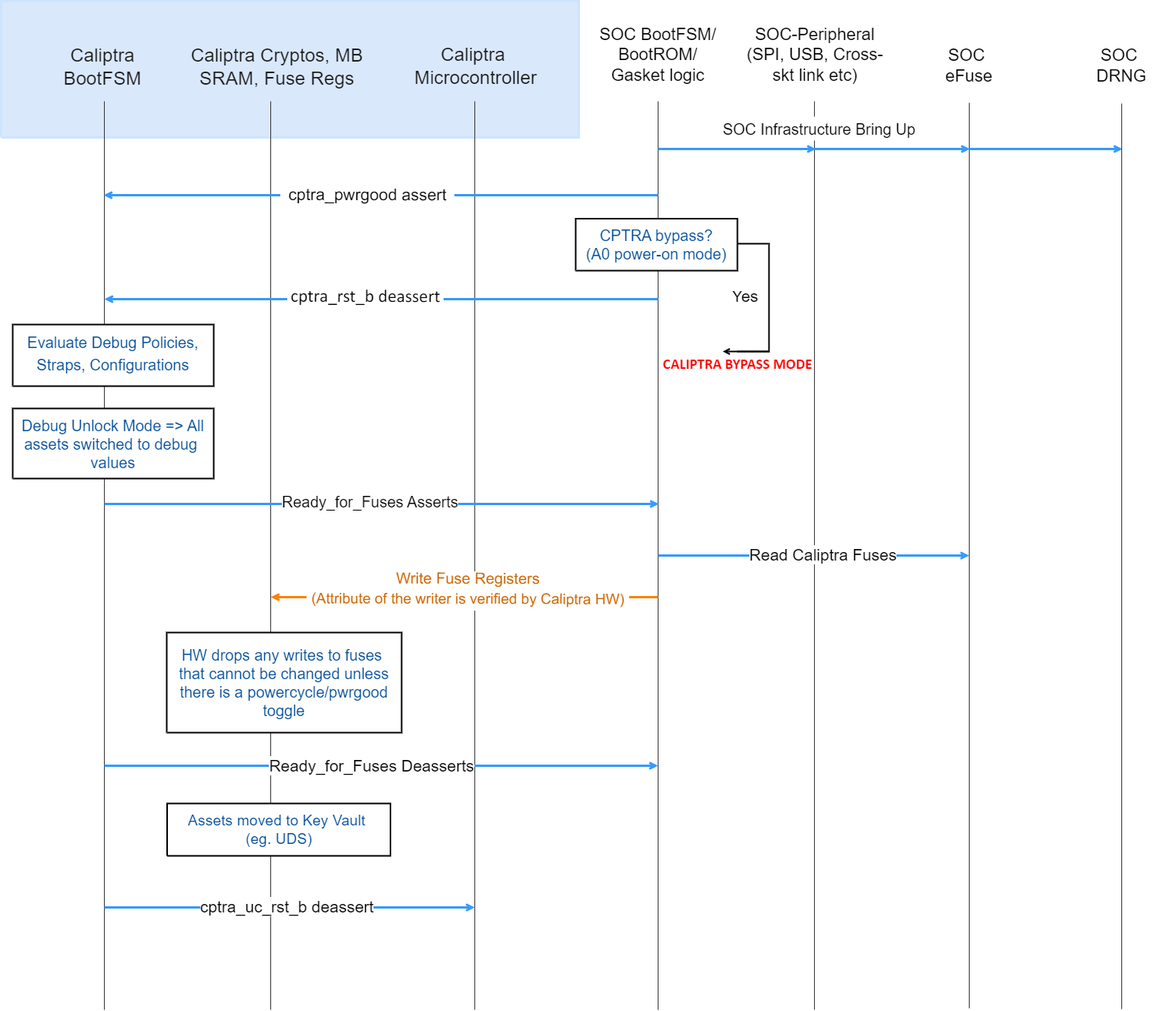
chipsalliance/Caliptra keeps this draw.io diagram as doc/images/Caliptra_boot_flow2.png. Above is the earlier version. Source tidied: cells renumbered, new cells last; positions are measured from the earlier drawing's top-left corner, leaving out a move shared by most shapes.
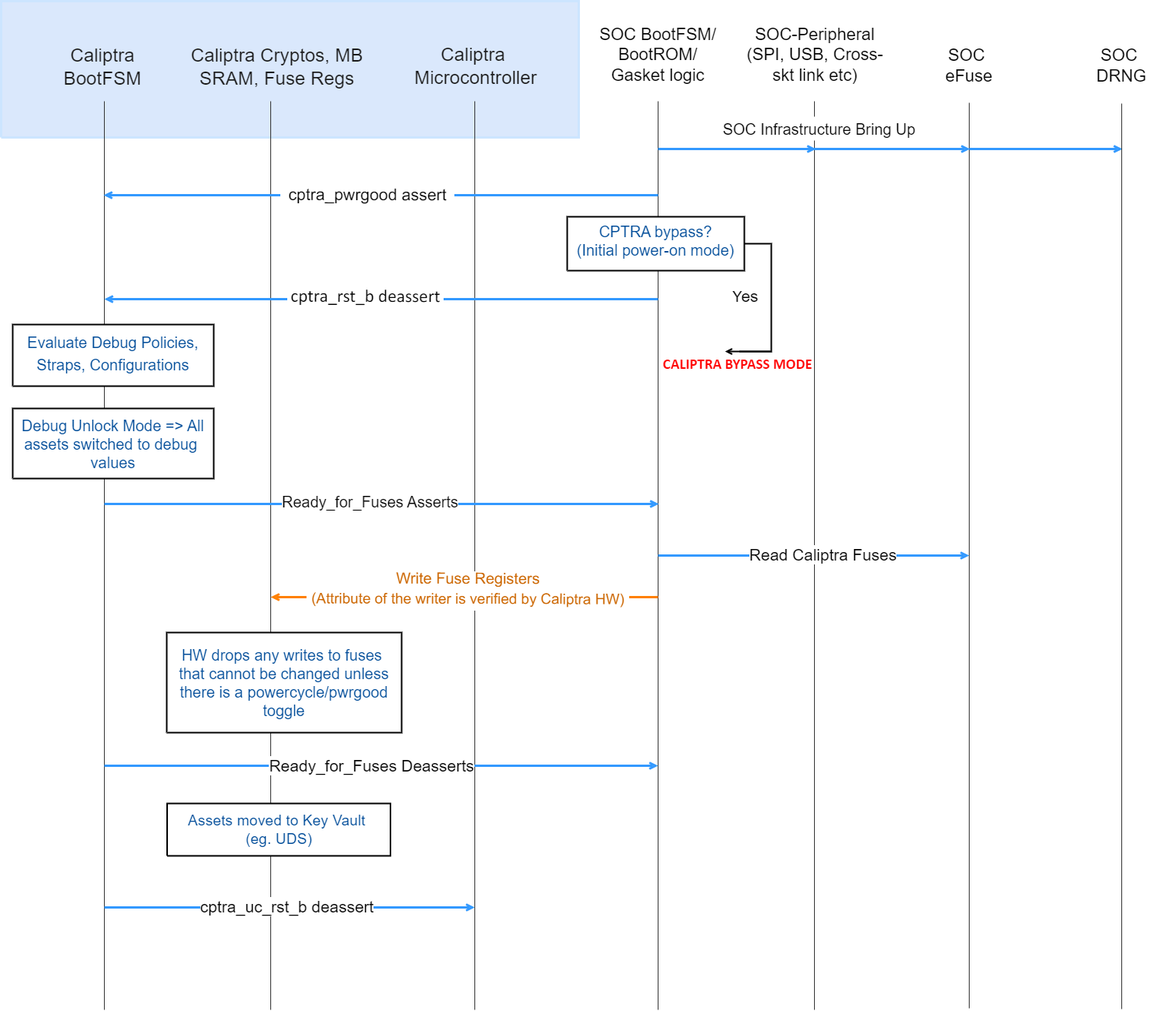
The same file after the commit.

Change to the diagram source:
```diff
@@ -164,48 +164,48 @@
     <mxCell id="36" value="&lt;div style=&quot;font-size: 1px&quot;&gt;&lt;font style=&quot;font-size: 21.34px; font-family: Helvetica; direction: ltr; letter-spacing: 0px; line-height: 120%; opacity: 1;&quot;&gt;&lt;span&gt;cptra_pwrgood assert&lt;/span&gt;&lt;/font&gt;&lt;font style=&quot;font-size: 11.64px; font-family: Helvetica; direction: ltr; letter-spacing: 0px; line-height: 120%; opacity: 1;&quot;&gt;&lt;br&gt;&lt;/font&gt;&lt;font style=&quot;font-size: 11.64px; font-family: Helvetica; direction: ltr; letter-spacing: 0px; line-height: 120%; opacity: 1;&quot;&gt;&lt;br&gt;&lt;/font&gt;&lt;/div&gt;" style="text;vsdxID=26;fillColor=none;gradientColor=none;strokeColor=none;strokeWidth=2;spacingTop=-3;spacingBottom=-3;spacingLeft=-3;spacingRight=-3;labelBackgroundColor=#ffffff;rounded=0;html=1;whiteSpace=wrap;verticalAlign=middle;align=center;overflow=width;rotation=0.18;html=1;fontStyle=0;fontColor=#000000;" parent="2" vertex="1">
       <mxGeometry x="362.6" y="239" width="225.8" height="30" as="geometry" />
     </mxCell>
-    <mxCell id="37" value="&lt;div style=&quot;font-size: 1px&quot;&gt;&lt;font style=&quot;font-size: 20px; direction: ltr; letter-spacing: 0px; line-height: 120%; opacity: 1;&quot;&gt;&lt;font color=&quot;#004c99&quot; style=&quot;font-size: 20px;&quot;&gt;CPTRA bypass?&lt;br&gt;(A0 power-on mode)&lt;/font&gt;&lt;br&gt;&lt;/font&gt;&lt;/div&gt;" style="verticalAlign=middle;align=center;overflow=width;vsdxID=1058;shape=(stored shape, 160 characters);labelBackgroundColor=none;rounded=0;html=1;whiteSpace=wrap;strokeWidth=2;strokeColor=#000000;fontColor=#000000;" parent="2" vertex="1">
-      <mxGeometry x="746" y="282.4" width="210" height="67.6" as="geometry" />
+    <mxCell id="37" value="&lt;div style=&quot;&quot;&gt;&lt;font style=&quot;direction: ltr; letter-spacing: 0px; line-height: 120%; opacity: 1;&quot;&gt;&lt;font style=&quot;font-size: 21px;&quot;&gt;Yes&lt;/font&gt;&lt;br&gt;&lt;/font&gt;&lt;/div&gt;" style="verticalAlign=middle;align=center;overflow=width;vsdxID=1061;fillColor=none;gradientColor=none;shape=(stored shape, 160 characters);strokeColor=none;labelBackgroundColor=none;rounded=0;html=1;whiteSpace=wrap;fontStyle=0;fontColor=#000000;" parent="2" vertex="1">
+      <mxGeometry x="915" y="370.8" width="103.4" height="28" as="geometry" />
     </mxCell>
-    <mxCell id="38" value="&lt;div style=&quot;&quot;&gt;&lt;font style=&quot;direction: ltr; letter-spacing: 0px; line-height: 120%; opacity: 1;&quot;&gt;&lt;font style=&quot;font-size: 21px;&quot;&gt;Yes&lt;/font&gt;&lt;br&gt;&lt;/font&gt;&lt;/div&gt;" style="verticalAlign=middle;align=center;overflow=width;vsdxID=1061;fillColor=none;gradientColor=none;shape=(stored shape, 160 characters);strokeColor=none;labelBackgroundColor=none;rounded=0;html=1;whiteSpace=wrap;fontStyle=0;fontColor=#000000;" parent="2" vertex="1">
-      <mxGeometry x="915" y="370.8" width="103.4" height="28" as="geometry" />
+    <mxCell id="38" value="&lt;div style=&quot;font-size: 19px;&quot;&gt;&lt;font style=&quot;font-size: 19px; font-family: Calibri; color: rgb(255, 0, 0); direction: ltr; letter-spacing: 0px; line-height: 120%; opacity: 1;&quot;&gt;&lt;b style=&quot;font-size: 19px;&quot;&gt;CALIPTRA BYPASS MODE&lt;br style=&quot;font-size: 19px;&quot;&gt;&lt;/b&gt;&lt;/font&gt;&lt;/div&gt;" style="verticalAlign=middle;align=center;overflow=width;vsdxID=1091;fillColor=none;gradientColor=none;shape=(stored shape, 160 characters);strokeColor=none;labelBackgroundColor=none;rounded=0;html=1;whiteSpace=wrap;fontSize=19;" parent="2" vertex="1">
+      <mxGeometry x="845" y="460" width="223" height="24" as="geometry" />
     </mxCell>
-    <mxCell id="39" value="&lt;div style=&quot;font-size: 19px;&quot;&gt;&lt;font style=&quot;font-size: 19px; font-family: Calibri; color: rgb(255, 0, 0); direction: ltr; letter-spacing: 0px; line-height: 120%; opacity: 1;&quot;&gt;&lt;b style=&quot;font-size: 19px;&quot;&gt;CALIPTRA BYPASS MODE&lt;br style=&quot;font-size: 19px;&quot;&gt;&lt;/b&gt;&lt;/font&gt;&lt;/div&gt;" style="verticalAlign=middle;align=center;overflow=width;vsdxID=1091;fillColor=none;gradientColor=none;shape=(stored shape, 160 characters);strokeColor=none;labelBackgroundColor=none;rounded=0;html=1;whiteSpace=wrap;fontSize=19;" parent="2" vertex="1">
-      <mxGeometry x="845" y="460" width="223" height="24" as="geometry" />
+    <mxCell id="39" value="&lt;div style=&quot;line-height: 120%; font-size: 20px;&quot;&gt;&lt;font style=&quot;font-family: Helvetica; direction: ltr; letter-spacing: 0px; line-height: 120%; opacity: 1; font-size: 20px;&quot;&gt;&lt;font color=&quot;#004c99&quot; style=&quot;font-size: 20px;&quot;&gt;HW drops any writes to fuses&amp;nbsp;&lt;/font&gt;&lt;/font&gt;&lt;/div&gt;&lt;div style=&quot;line-height: 120%; font-size: 20px;&quot;&gt;&lt;font style=&quot;font-family: Helvetica; direction: ltr; letter-spacing: 0px; line-height: 120%; opacity: 1; font-size: 20px;&quot;&gt;&lt;font color=&quot;#004c99&quot; style=&quot;font-size: 20px;&quot;&gt;that cannot be changed unless there&amp;nbsp;&lt;/font&gt;&lt;/font&gt;&lt;font style=&quot;color: rgb(0, 76, 153); background-color: initial; direction: ltr; letter-spacing: 0px; line-height: 120%; opacity: 1;&quot;&gt;is&amp;nbsp;&lt;/font&gt;&lt;span style=&quot;color: rgb(0, 76, 153); background-color: initial; letter-spacing: 0px;&quot;&gt;a powercycle/pwrgood toggle&lt;/span&gt;&lt;/div&gt;" style="verticalAlign=middle;align=center;overflow=width;vsdxID=51;shape=(stored shape, 160 characters);strokeWidth=2;spacingTop=-3;spacingBottom=-3;spacingLeft=-3;spacingRight=-3;labelBackgroundColor=none;rounded=0;html=1;whiteSpace=wrap;strokeColor=#000000;perimeterSpacing=0;" parent="2" vertex="1">
+      <mxGeometry x="215" y="820" width="305" height="130" as="geometry" />
     </mxCell>
-    <mxCell id="40" value="&lt;div style=&quot;line-height: 120%; font-size: 20px;&quot;&gt;&lt;font style=&quot;font-family: Helvetica; direction: ltr; letter-spacing: 0px; line-height: 120%; opacity: 1; font-size: 20px;&quot;&gt;&lt;font color=&quot;#004c99&quot; style=&quot;font-size: 20px;&quot;&gt;HW drops any writes to fuses&amp;nbsp;&lt;/font&gt;&lt;/font&gt;&lt;/div&gt;&lt;div style=&quot;line-height: 120%; font-size: 20px;&quot;&gt;&lt;font style=&quot;font-family: Helvetica; direction: ltr; letter-spacing: 0px; line-height: 120%; opacity: 1; font-size: 20px;&quot;&gt;&lt;font color=&quot;#004c99&quot; style=&quot;font-size: 20px;&quot;&gt;that cannot be changed unless there&amp;nbsp;&lt;/font&gt;&lt;/font&gt;&lt;font style=&quot;color: rgb(0, 76, 153); background-color: initial; direction: ltr; letter-spacing: 0px; line-height: 120%; opacity: 1;&quot;&gt;is&amp;nbsp;&lt;/font&gt;&lt;span style=&quot;color: rgb(0, 76, 153); background-color: initial; letter-spacing: 0px;&quot;&gt;a powercycle/pwrgood toggle&lt;/span&gt;&lt;/div&gt;" style="verticalAlign=middle;align=center;overflow=width;vsdxID=51;shape=(stored shape, 160 characters);strokeWidth=2;spacingTop=-3;spacingBottom=-3;spacingLeft=-3;spacingRight=-3;labelBackgroundColor=none;rounded=0;html=1;whiteSpace=wrap;strokeColor=#000000;perimeterSpacing=0;" parent="2" vertex="1">
-      <mxGeometry x="215" y="820" width="305" height="130" as="geometry" />
+    <mxCell id="40" value="&lt;div style=&quot;line-height: 120%; font-size: 20px;&quot;&gt;&lt;font style=&quot;font-family: Helvetica; direction: ltr; letter-spacing: 0px; line-height: 120%; opacity: 1; font-size: 20px;&quot;&gt;&lt;font color=&quot;#004c99&quot; style=&quot;font-size: 20px;&quot;&gt;Debug Unlock Mode =&amp;gt; All assets switched to debug&amp;nbsp;&lt;/font&gt;&lt;/font&gt;&lt;/div&gt;&lt;div style=&quot;line-height: 120%; font-size: 20px;&quot;&gt;&lt;font style=&quot;font-family: Helvetica; direction: ltr; letter-spacing: 0px; line-height: 120%; opacity: 1; font-size: 20px;&quot;&gt;&lt;font color=&quot;#004c99&quot; style=&quot;font-size: 20px;&quot;&gt;values&lt;/font&gt;&lt;/font&gt;&lt;/div&gt;" style="verticalAlign=middle;align=center;overflow=width;vsdxID=43;shape=(stored shape, 160 characters);strokeWidth=2;spacingTop=-3;spacingBottom=-3;spacingLeft=-3;spacingRight=-3;labelBackgroundColor=none;rounded=0;html=1;whiteSpace=wrap;strokeColor=#000000;" parent="2" vertex="1">
+      <mxGeometry x="15" y="529" width="261" height="91" as="geometry" />
     </mxCell>
-    <mxCell id="41" value="&lt;div style=&quot;line-height: 120%; font-size: 20px;&quot;&gt;&lt;font style=&quot;font-family: Helvetica; direction: ltr; letter-spacing: 0px; line-height: 120%; opacity: 1; font-size: 20px;&quot;&gt;&lt;font color=&quot;#004c99&quot; style=&quot;font-size: 20px;&quot;&gt;Debug Unlock Mode =&amp;gt; All assets switched to debug&amp;nbsp;&lt;/font&gt;&lt;/font&gt;&lt;/div&gt;&lt;div style=&quot;line-height: 120%; font-size: 20px;&quot;&gt;&lt;font style=&quot;font-family: Helvetica; direction: ltr; letter-spacing: 0px; line-height: 120%; opacity: 1; font-size: 20px;&quot;&gt;&lt;font color=&quot;#004c99&quot; style=&quot;font-size: 20px;&quot;&gt;values&lt;/font&gt;&lt;/font&gt;&lt;/div&gt;" style="verticalAlign=middle;align=center;overflow=width;vsdxID=43;shape=(stored shape, 160 characters);strokeWidth=2;spacingTop=-3;spacingBottom=-3;spacingLeft=-3;spacingRight=-3;labelBackgroundColor=none;rounded=0;html=1;whiteSpace=wrap;strokeColor=#000000;" parent="2" vertex="1">
-      <mxGeometry x="15" y="529" width="261" height="91" as="geometry" />
+    <mxCell id="41" value="&lt;div style=&quot;line-height: 210%;&quot;&gt;&lt;font style=&quot;direction: ltr; letter-spacing: 0px; line-height: 120%; opacity: 1;&quot;&gt;&lt;font color=&quot;#cc6600&quot;&gt;&lt;font style=&quot;font-size: 20px;&quot;&gt;Write Fuse Registers&lt;/font&gt;&lt;br style=&quot;border-color: var(--border-color);&quot;&gt;&lt;font style=&quot;font-size: 19px;&quot;&gt;(Attribute of the writer is verified by Caliptra HW)&lt;/font&gt;&lt;/font&gt;&lt;br&gt;&lt;/font&gt;&lt;/div&gt;" style="text;vsdxID=21;fillColor=none;gradientColor=none;strokeColor=none;spacingTop=-3;spacingBottom=-3;spacingLeft=-3;spacingRight=-3;labelBackgroundColor=#ffffff;rounded=0;html=1;whiteSpace=wrap;verticalAlign=middle;align=center;overflow=width;rotation=0.18;html=1;" parent="2" vertex="1">
+      <mxGeometry x="397" y="734" width="419" height="64" as="geometry" />
     </mxCell>
-    <mxCell id="42" value="&lt;div style=&quot;line-height: 210%;&quot;&gt;&lt;font style=&quot;direction: ltr; letter-spacing: 0px; line-height: 120%; opacity: 1;&quot;&gt;&lt;font color=&quot;#cc6600&quot;&gt;&lt;font style=&quot;font-size: 20px;&quot;&gt;Write Fuse Registers&lt;/font&gt;&lt;br style=&quot;border-color: var(--border-color);&quot;&gt;&lt;font style=&quot;font-size: 19px;&quot;&gt;(Attribute of the writer is verified by Caliptra HW)&lt;/font&gt;&lt;/font&gt;&lt;br&gt;&lt;/font&gt;&lt;/div&gt;" style="text;vsdxID=21;fillColor=none;gradientColor=none;strokeColor=none;spacingTop=-3;spacingBottom=-3;spacingLeft=-3;spacingRight=-3;labelBackgroundColor=#ffffff;rounded=0;html=1;whiteSpace=wrap;verticalAlign=middle;align=center;overflow=width;rotation=0.18;html=1;" parent="2" vertex="1">
-      <mxGeometry x="397" y="734" width="419" height="64" as="geometry" />
+    <mxCell id="42" style="group;" parent="2" vertex="1">
+      <mxGeometry x="940" y="315" width="60" height="140" as="geometry" />
     </mxCell>
-    <mxCell id="43" style="group;" parent="2" vertex="1">
-      <mxGeometry x="937" y="315" width="60" height="140" as="geometry" />
+    <mxCell id="43" style="vsdxID=1060;fillColor=#ffffff;gradientColor=none;shape=(stored shape, 152 characters);strokeColor=#000000;strokeWidth=2;labelBackgroundColor=#ffffff;rounded=0;html=1;whiteSpace=wrap;direction=east;" parent="42" vertex="1">
+      <mxGeometry x="18.6" width="41.4" height="140" as="geometry" />
     </mxCell>
-    <mxCell id="44" style="vsdxID=1060;fillColor=#ffffff;gradientColor=none;shape=(stored shape, 152 characters);strokeColor=#000000;strokeWidth=2;labelBackgroundColor=#ffffff;rounded=0;html=1;whiteSpace=wrap;direction=east;" parent="43" vertex="1">
-      <mxGeometry x="18.6" width="41.4" height="140" as="geometry" />
+    <mxCell id="44" value="&lt;div style=&quot;&quot;&gt;&lt;font style=&quot;font-size: 0.97px; font-family: Helvetica; color: rgb(0, 0, 0); direction: ltr; letter-spacing: 0px; line-height: 120%; opacity: 1;&quot;&gt;&lt;br&gt;&lt;/font&gt;&lt;/div&gt;" style="vsdxID=30;edgeStyle=none;startArrow=none;endArrow=open;startSize=5;endSize=5;strokeWidth=2;strokeColor=#000000;spacingTop=0;spacingBottom=0;spacingLeft=0;spacingRight=0;verticalAlign=middle;html=1;labelBackgroundColor=#ffffff;rounded=0;align=center;" parent="42" edge="1">
+      <mxGeometry x="-0.02" y="20" relative="1" as="geometry">
+        <mxPoint x="60" y="140" as="sourcePoint" />
+        <mxPoint y="140" as="targetPoint" />
+      </mxGeometry>
     </mxCell>
-    <mxCell id="45" value="&lt;div style=&quot;&quot;&gt;&lt;font style=&quot;font-size: 0.97px; font-family: Helvetica; color: rgb(0, 0, 0); direction: ltr; letter-spacing: 0px; line-height: 120%; opacity: 1;&quot;&gt;&lt;br&gt;&lt;/font&gt;&lt;/div&gt;" style="vsdxID=30;edgeStyle=none;startArrow=none;endArrow=open;startSize=5;endSize=5;strokeWidth=2;strokeColor=#000000;spacingTop=0;spacingBottom=0;spacingLeft=0;spacingRight=0;verticalAlign=middle;html=1;labelBackgroundColor=#ffffff;rounded=0;align=center;" parent="43" edge="1">
-      <mxGeometry x="-0.02" y="20" relative="1" as="geometry">
-        <mxPoint x="60" y="140" as="sourcePoint" />
-        <mxPoint y="140" as="targetPoint" />
+    <mxCell id="45" style="vsdxID=7;edgeStyle=none;startArrow=none;endArrow=none;startSize=5;endSize=5;strokeWidth=1;strokeColor=#333333;spacingTop=0;spacingBottom=0;spacingLeft=0;spacingRight=0;verticalAlign=middle;html=1;labelBackgroundColor=#ffffff;rounded=0;" parent="2" edge="1">
+      <mxGeometry relative="1" as="geometry">
+        <mxPoint x="1455" y="133" as="sourcePoint" />
+        <mxPoint x="1455" y="1309" as="targetPoint" />
+        <mxPoint y="688" as="offset" />
       </mxGeometry>
     </mxCell>
-    <mxCell id="46" style="vsdxID=7;edgeStyle=none;startArrow=none;endArrow=none;startSize=5;endSize=5;strokeWidth=1;strokeColor=#333333;spacingTop=0;spacingBottom=0;spacingLeft=0;spacingRight=0;verticalAlign=middle;html=1;labelBackgroundColor=#ffffff;rounded=0;" parent="2" edge="1">
-      <mxGeometry relative="1" as="geometry">
-        <mxPoint x="1455" y="133" as="sourcePoint" />
-        <mxPoint x="1455" y="1309" as="targetPoint" />
-        <mxPoint y="688" as="offset" />
+    <mxCell id="46" value="&lt;div style=&quot;&quot;&gt;&lt;font style=&quot;direction: ltr; letter-spacing: 0px; line-height: 120%; opacity: 1; font-size: 21px;&quot;&gt;Ready_for_Fuses Deasserts&lt;/font&gt;&lt;font style=&quot;font-size: 10.67px; font-family: Helvetica; color: rgb(0, 0, 0); direction: ltr; letter-spacing: 0px; line-height: 120%; opacity: 1;&quot;&gt;&lt;br&gt;&lt;/font&gt;&lt;/div&gt;" style="vsdxID=31;edgeStyle=none;startArrow=none;endArrow=open;startSize=5;endSize=5;strokeWidth=3;strokeColor=#3399FF;spacingTop=0;spacingBottom=0;spacingLeft=0;spacingRight=0;verticalAlign=middle;html=1;labelBackgroundColor=#ffffff;rounded=0;align=center;fontStyle=0;" parent="2" edge="1">
+      <mxGeometry x="-0.03" relative="1" as="geometry">
+        <mxPoint x="134" y="993" as="sourcePoint" />
+        <mxPoint x="853" y="993" as="targetPoint" />
       </mxGeometry>
     </mxCell>
-    <mxCell id="47" value="&lt;div style=&quot;&quot;&gt;&lt;font style=&quot;direction: ltr; letter-spacing: 0px; line-height: 120%; opacity: 1; font-size: 21px;&quot;&gt;Ready_for_Fuses Deasserts&lt;/font&gt;&lt;font style=&quot;font-size: 10.67px; font-family: Helvetica; color: rgb(0, 0, 0); direction: ltr; letter-spacing: 0px; line-height: 120%; opacity: 1;&quot;&gt;&lt;br&gt;&lt;/font&gt;&lt;/div&gt;" style="vsdxID=31;edgeStyle=none;startArrow=none;endArrow=open;startSize=5;endSize=5;strokeWidth=3;strokeColor=#3399FF;spacingTop=0;spacingBottom=0;spacingLeft=0;spacingRight=0;verticalAlign=middle;html=1;labelBackgroundColor=#ffffff;rounded=0;align=center;fontStyle=0;" parent="2" edge="1">
-      <mxGeometry x="-0.03" relative="1" as="geometry">
-        <mxPoint x="134" y="993" as="sourcePoint" />
-        <mxPoint x="853" y="993" as="targetPoint" />
-      </mxGeometry>
+    <mxCell id="47" value="&lt;div style=&quot;line-height: 192%;&quot;&gt;&lt;font style=&quot;direction: ltr; letter-spacing: 0px; line-height: 120%; opacity: 1;&quot;&gt;&lt;font color=&quot;#004c99&quot; style=&quot;font-size: 20px;&quot;&gt;CPTRA bypass?&lt;br&gt;(&lt;/font&gt;&lt;span style=&quot;text-align: left; background-color: rgb(255, 255, 255);&quot;&gt;&lt;font style=&quot;font-size: 20px;&quot; color=&quot;#004c99&quot;&gt;Initial power-on mode&lt;/font&gt;&lt;/span&gt;&lt;font color=&quot;#004c99&quot; style=&quot;font-size: 20px;&quot;&gt;)&lt;/font&gt;&lt;br&gt;&lt;/font&gt;&lt;/div&gt;" style="verticalAlign=middle;align=center;overflow=width;vsdxID=1058;shape=(stored shape, 160 characters);labelBackgroundColor=none;rounded=0;html=1;whiteSpace=wrap;strokeWidth=2;strokeColor=#000000;fontColor=#000000;" parent="2" vertex="1">
+      <mxGeometry x="735" y="280" width="230" height="70" as="geometry" />
     </mxCell>
   </root>
 </mxGraphModel>
```
